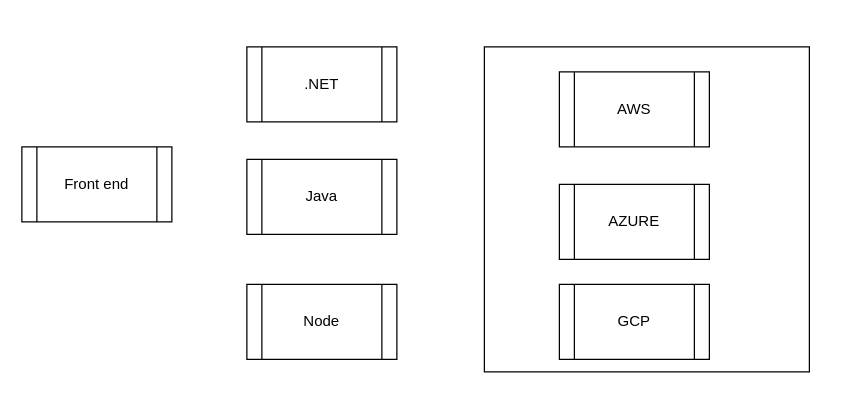
VJVemuri/diagrams keeps this draw.io diagram as Untitled Diagram.drawio. Above is the earlier version. Source tidied: cells renumbered, new cells numbered last; positions are measured from the earlier drawing's top-left corner, leaving out a move shared by most shapes. Both pictures are drawn from the tidied source at 125%, with x=0, y=0 at pixel (21, 46).
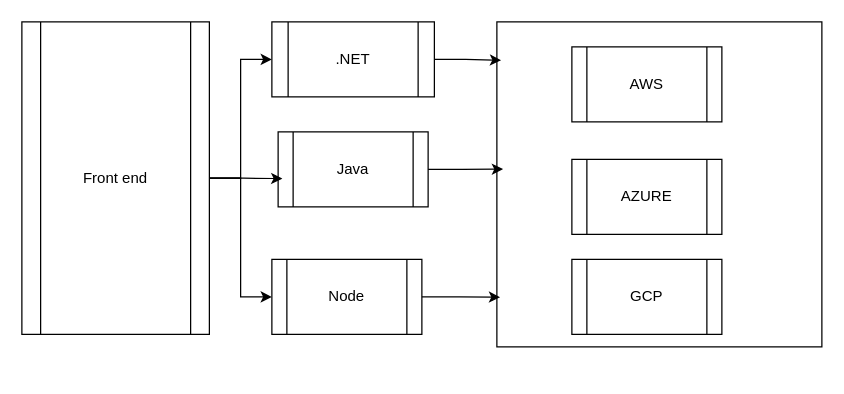
Above is the later version.

What changed in the source:
```diff
@@
 <mxGraphModel>
   <root>
     <mxCell id="0" />
     <mxCell id="1" parent="0" />
+    <mxCell id="10" style="edgeStyle=orthogonalEdgeStyle;rounded=0;jettySize=auto;html=1;entryX=0;entryY=0.5;entryDx=0;entryDy=0;" parent="1" edge="1" source="2" target="5">
+      <mxGeometry relative="1" as="geometry" />
+    </mxCell>
+    <mxCell id="11" style="edgeStyle=orthogonalEdgeStyle;rounded=0;jettySize=auto;html=1;entryX=0;entryY=0.5;entryDx=0;entryDy=0;" parent="1" edge="1" source="2" target="3">
+      <mxGeometry relative="1" as="geometry" />
+    </mxCell>
     <mxCell id="2" value="Front end" style="shape=process;whiteSpace=wrap;html=1;backgroundOutline=1;" parent="1" vertex="1">
-      <mxGeometry y="80" width="120" height="60" as="geometry" />
+      <mxGeometry y="-20" width="150" height="250" as="geometry" />
     </mxCell>
     <mxCell id="3" value=".NET" style="shape=process;whiteSpace=wrap;html=1;backgroundOutline=1;" parent="1" vertex="1">
-      <mxGeometry x="180" width="120" height="60" as="geometry" />
+      <mxGeometry x="200" y="-20" width="130" height="60" as="geometry" />
     </mxCell>
     <mxCell id="4" value="Java" style="shape=process;whiteSpace=wrap;html=1;backgroundOutline=1;" parent="1" vertex="1">
-      <mxGeometry x="180" y="90" width="120" height="60" as="geometry" />
+      <mxGeometry x="205" y="68" width="120" height="60" as="geometry" />
     </mxCell>
     <mxCell id="5" value="Node" style="shape=process;whiteSpace=wrap;html=1;backgroundOutline=1;" parent="1" vertex="1">
-      <mxGeometry x="180" y="190" width="120" height="60" as="geometry" />
+      <mxGeometry x="200" y="170" width="120" height="60" as="geometry" />
     </mxCell>
     <mxCell id="6" style="whiteSpace=wrap;html=1;" parent="1" vertex="1">
-      <mxGeometry x="370" width="260" height="260" as="geometry" />
+      <mxGeometry x="380" y="-20" width="260" height="260" as="geometry" />
     </mxCell>
     <mxCell id="7" value="AWS" style="shape=process;whiteSpace=wrap;html=1;backgroundOutline=1;" parent="1" vertex="1">
-      <mxGeometry x="430" y="20" width="120" height="60" as="geometry" />
+      <mxGeometry x="440" width="120" height="60" as="geometry" />
     </mxCell>
     <mxCell id="8" value="AZURE" style="shape=process;whiteSpace=wrap;html=1;backgroundOutline=1;" parent="1" vertex="1">
-      <mxGeometry x="430" y="110" width="120" height="60" as="geometry" />
+      <mxGeometry x="440" y="90" width="120" height="60" as="geometry" />
     </mxCell>
     <mxCell id="9" value="GCP" style="shape=process;whiteSpace=wrap;html=1;backgroundOutline=1;" parent="1" vertex="1">
-      <mxGeometry x="430" y="190" width="120" height="60" as="geometry" />
+      <mxGeometry x="440" y="170" width="120" height="60" as="geometry" />
     </mxCell>
+    <mxCell id="12" style="edgeStyle=orthogonalEdgeStyle;rounded=0;jettySize=auto;html=1;exitX=1;exitY=0.5;exitDx=0;exitDy=0;entryX=0.028;entryY=0.623;entryDx=0;entryDy=0;entryPerimeter=0;" parent="1" edge="1" source="2" target="4">
+      <mxGeometry relative="1" as="geometry" />
+    </mxCell>
+    <mxCell id="13" style="edgeStyle=orthogonalEdgeStyle;rounded=0;jettySize=auto;html=1;exitX=1;exitY=0.5;exitDx=0;exitDy=0;entryX=0.019;entryY=0.453;entryDx=0;entryDy=0;entryPerimeter=0;" parent="1" edge="1" source="4" target="6">
+      <mxGeometry relative="1" as="geometry" />
+    </mxCell>
+    <mxCell id="14" style="edgeStyle=orthogonalEdgeStyle;rounded=0;jettySize=auto;html=1;exitX=1;exitY=0.5;exitDx=0;exitDy=0;entryX=0.01;entryY=0.847;entryDx=0;entryDy=0;entryPerimeter=0;" parent="1" edge="1" source="5" target="6">
+      <mxGeometry relative="1" as="geometry" />
+    </mxCell>
+    <mxCell id="15" style="edgeStyle=orthogonalEdgeStyle;rounded=0;jettySize=auto;html=1;entryX=0.013;entryY=0.118;entryDx=0;entryDy=0;entryPerimeter=0;" parent="1" edge="1" source="3" target="6">
+      <mxGeometry relative="1" as="geometry" />
+    </mxCell>
   </root>
 </mxGraphModel>
```
